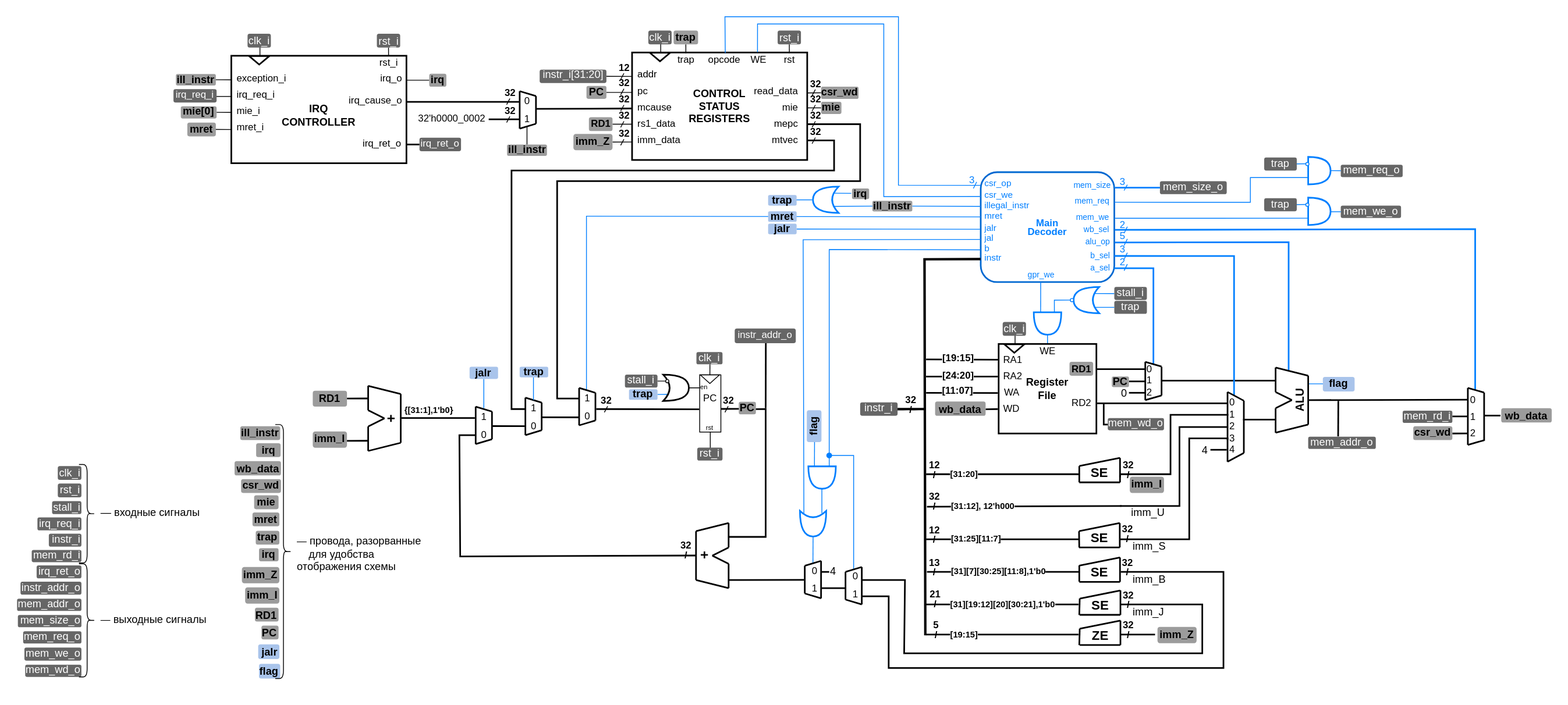
Earlier version of the draw.io export .pic/Labs/lab_11_irq_integration/fig_01.drawio.svg (MPSU/APS). Source tidied: cells renumbered, new cells last; positions are measured from the earlier drawing's top-left corner, leaving out a move shared by most shapes.
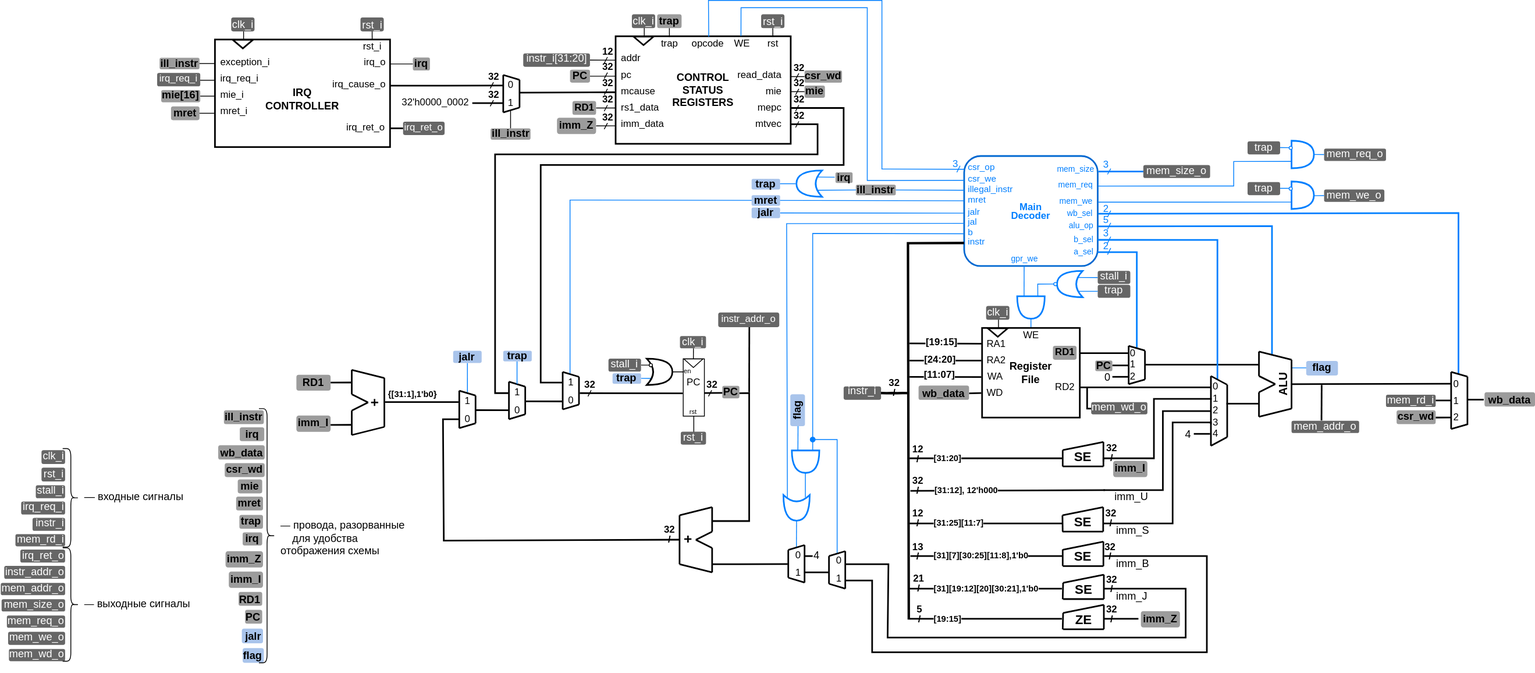
After the change.

Change to the diagram source:
```diff
@@ -1415,8 +1415,8 @@
         <mxPoint x="262.9" y="118" as="targetPoint" />
       </mxGeometry>
     </mxCell>
-    <mxCell id="314" value="mie[0]" style="text;html=1;strokeColor=none;fillColor=#9C9C9C;align=center;verticalAlign=middle;whiteSpace=wrap;rounded=1;comic=0;fontColor=#000000;jiggle=0.5;spacing=0;spacingBottom=3;fontSize=13;fontStyle=1;strokeOpacity=100;fillOpacity=100;" parent="1" vertex="1">
-      <mxGeometry x="201" y="110" width="44" height="15" as="geometry" />
+    <mxCell id="314" value="mie[16&lt;span style=&quot;background-color: initial;&quot;&gt;]&lt;/span&gt;" style="text;html=1;strokeColor=none;fillColor=#9C9C9C;align=center;verticalAlign=middle;whiteSpace=wrap;rounded=1;comic=0;fontColor=#000000;jiggle=0.5;spacing=0;spacingBottom=3;fontSize=13;fontStyle=1;strokeOpacity=100;fillOpacity=100;" parent="1" vertex="1">
+      <mxGeometry x="197" y="110" width="48" height="15" as="geometry" />
     </mxCell>
     <mxCell id="315" value="&lt;p style=&quot;line-height: 130%; font-size: 13px;&quot;&gt;&lt;b style=&quot;font-size: 13px;&quot;&gt;&lt;font style=&quot;font-size: 13px;&quot;&gt;imm_Z&lt;/font&gt;&lt;/b&gt;&lt;/p&gt;" style="text;html=1;strokeColor=none;fillColor=#9C9C9C;align=right;verticalAlign=middle;whiteSpace=wrap;rounded=1;fontSize=13;fontColor=#000000;comic=0;jiggle=0.5;strokeWidth=2;strokeOpacity=100;fillOpacity=100;" parent="1" vertex="1">
       <mxGeometry x="276" y="676" width="46" height="20" as="geometry" />
```
